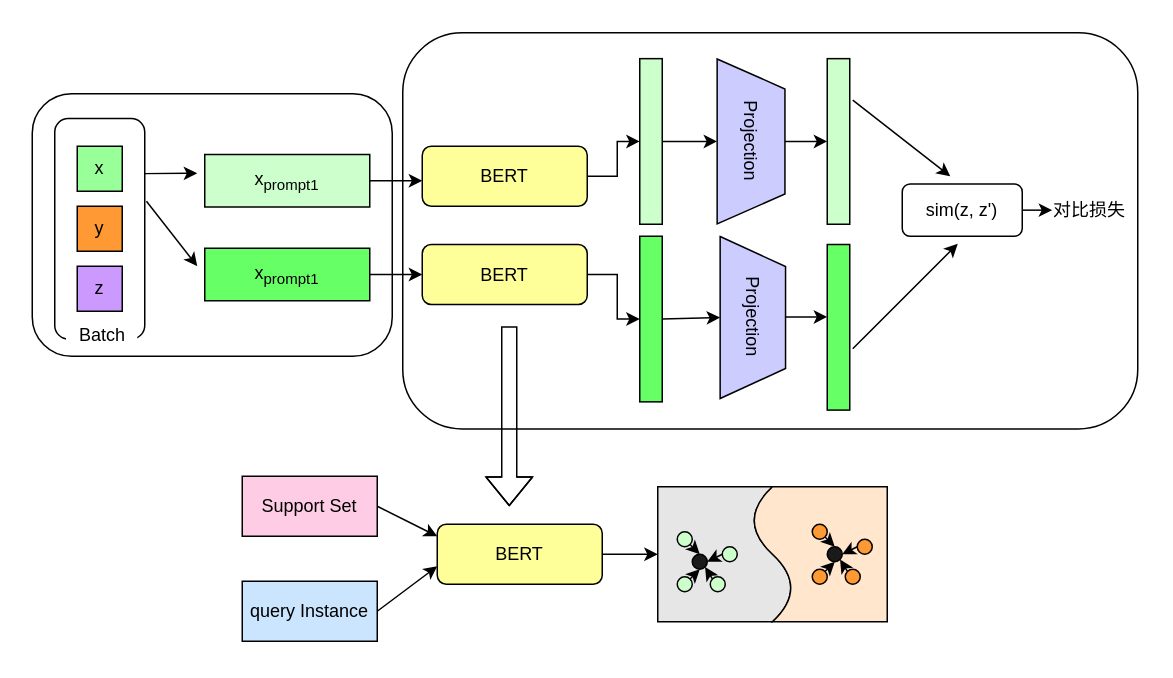
This is FSRECP.drawio from janicewym/FSRECP, a draw.io file, before an edit. Source tidied: cells renumbered, new cells numbered last; positions are measured from the earlier drawing's top-left corner, leaving out a move shared by most shapes. Both pictures are drawn from the tidied source at 150%, with x=0, y=0 at pixel (32, 32).
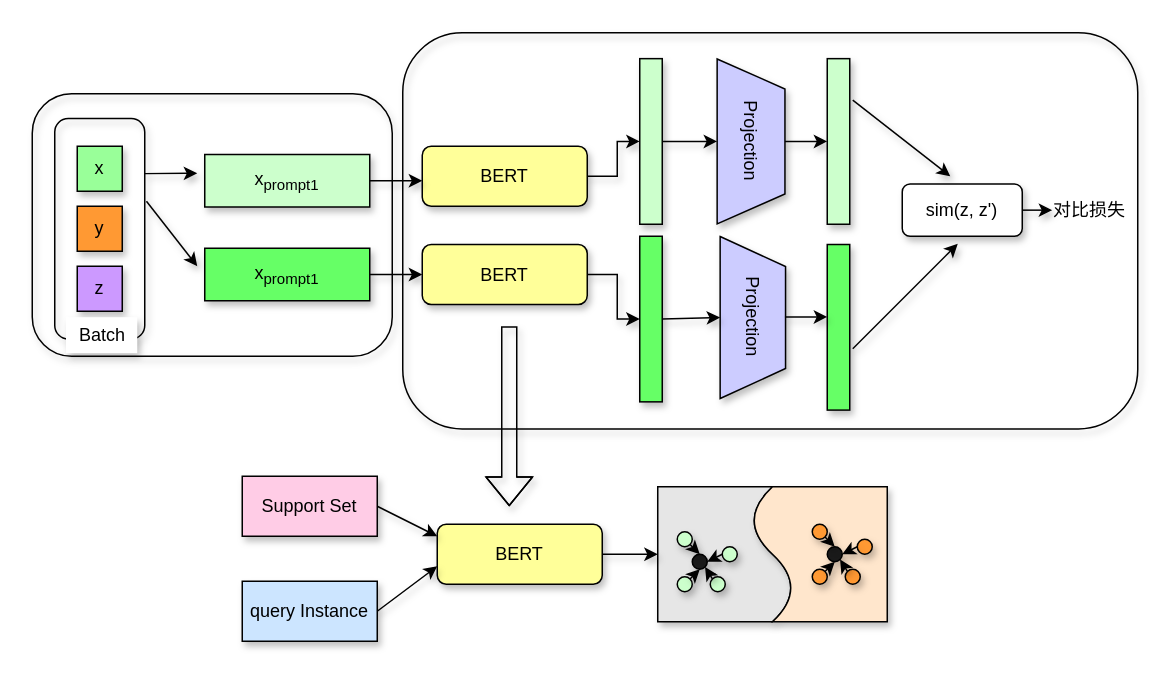
The same diagram, later.

The edit, as a diff of the source:
```diff
@@
-    <mxCell id="2" style="rounded=1;whiteSpace=wrap;html=1;fillColor=none;" parent="1" vertex="1">
+    <mxCell id="2" style="rounded=1;whiteSpace=wrap;html=1;fillColor=none;shadow=1;" parent="1" vertex="1">
       <mxGeometry x="247" y="0.4" width="490" height="264.1" as="geometry" />
     </mxCell>
-    <mxCell id="3" style="rounded=1;whiteSpace=wrap;html=1;fillColor=none;" parent="1" vertex="1">
+    <mxCell id="3" style="rounded=1;whiteSpace=wrap;html=1;fillColor=none;shadow=1;" parent="1" vertex="1">
       <mxGeometry x="15" y="57.5" width="60" height="147" as="geometry" />
     </mxCell>
-    <mxCell id="4" style="rounded=1;whiteSpace=wrap;html=1;fillColor=none;" parent="1" vertex="1">
+    <mxCell id="4" style="rounded=1;whiteSpace=wrap;html=1;fillColor=none;shadow=1;" parent="1" vertex="1">
       <mxGeometry y="41" width="240" height="175" as="geometry" />
     </mxCell>
-    <mxCell id="5" value="x" style="rounded=0;whiteSpace=wrap;html=1;fillColor=#99FF99;" parent="1" vertex="1">
+    <mxCell id="5" value="x" style="rounded=0;whiteSpace=wrap;html=1;fillColor=#99FF99;shadow=1;" parent="1" vertex="1">
       <mxGeometry x="30" y="76" width="30" height="30" as="geometry" />
     </mxCell>
-    <mxCell id="6" value="y" style="rounded=0;whiteSpace=wrap;html=1;fillColor=#FF9933;" parent="1" vertex="1">
+    <mxCell id="6" value="y" style="rounded=0;whiteSpace=wrap;html=1;fillColor=#FF9933;shadow=1;" parent="1" vertex="1">
       <mxGeometry x="30" y="116" width="30" height="30" as="geometry" />
     </mxCell>
-    <mxCell id="7" value="z" style="rounded=0;whiteSpace=wrap;html=1;fillColor=#CC99FF;" parent="1" vertex="1">
+    <mxCell id="7" value="z" style="rounded=0;whiteSpace=wrap;html=1;fillColor=#CC99FF;shadow=1;" parent="1" vertex="1">
       <mxGeometry x="30" y="156" width="30" height="30" as="geometry" />
     </mxCell>
-    <mxCell id="8" value="x&lt;sub&gt;prompt1&lt;/sub&gt;" style="rounded=0;whiteSpace=wrap;html=1;fillColor=#CCFFCC;" parent="1" vertex="1">
+    <mxCell id="8" value="x&lt;sub&gt;prompt1&lt;/sub&gt;" style="rounded=0;whiteSpace=wrap;html=1;fillColor=#CCFFCC;shadow=1;" parent="1" vertex="1">
       <mxGeometry x="115" y="81.5" width="110" height="35" as="geometry" />
     </mxCell>
-    <mxCell id="9" style="edgeStyle=orthogonalEdgeStyle;rounded=0;jettySize=auto;html=1;exitX=1;exitY=0.5;exitDx=0;exitDy=0;entryX=0;entryY=0.5;entryDx=0;entryDy=0;" parent="1" edge="1" source="10" target="14">
+    <mxCell id="9" style="edgeStyle=orthogonalEdgeStyle;rounded=0;jettySize=auto;html=1;exitX=1;exitY=0.5;exitDx=0;exitDy=0;entryX=0;entryY=0.5;entryDx=0;entryDy=0;shadow=1;" parent="1" edge="1" source="10" target="14">
       <mxGeometry relative="1" as="geometry" />
     </mxCell>
-    <mxCell id="10" value="x&lt;sub&gt;prompt1&lt;/sub&gt;" style="rounded=0;whiteSpace=wrap;html=1;fillColor=#66FF66;" parent="1" vertex="1">
+    <mxCell id="10" value="x&lt;sub&gt;prompt1&lt;/sub&gt;" style="rounded=0;whiteSpace=wrap;html=1;fillColor=#66FF66;shadow=1;" parent="1" vertex="1">
       <mxGeometry x="115" y="144" width="110" height="35" as="geometry" />
     </mxCell>
-    <mxCell id="11" style="edgeStyle=orthogonalEdgeStyle;rounded=0;jettySize=auto;html=1;exitX=1;exitY=0.5;exitDx=0;exitDy=0;" parent="1" edge="1" source="12" target="16">
+    <mxCell id="11" style="edgeStyle=orthogonalEdgeStyle;rounded=0;jettySize=auto;html=1;exitX=1;exitY=0.5;exitDx=0;exitDy=0;shadow=1;" parent="1" edge="1" source="12" target="16">
       <mxGeometry relative="1" as="geometry" />
     </mxCell>
-    <mxCell id="12" value="BERT" style="rounded=1;whiteSpace=wrap;html=1;fillColor=#FFFF99;" parent="1" vertex="1">
+    <mxCell id="12" value="BERT" style="rounded=1;whiteSpace=wrap;html=1;fillColor=#FFFF99;shadow=1;" parent="1" vertex="1">
       <mxGeometry x="260" y="76" width="110" height="40" as="geometry" />
     </mxCell>
-    <mxCell id="13" style="edgeStyle=orthogonalEdgeStyle;rounded=0;jettySize=auto;html=1;exitX=1;exitY=0.5;exitDx=0;exitDy=0;" parent="1" edge="1" source="14" target="17">
+    <mxCell id="13" style="edgeStyle=orthogonalEdgeStyle;rounded=0;jettySize=auto;html=1;exitX=1;exitY=0.5;exitDx=0;exitDy=0;shadow=1;" parent="1" edge="1" source="14" target="17">
       <mxGeometry relative="1" as="geometry" />
     </mxCell>
-    <mxCell id="14" value="BERT" style="rounded=1;whiteSpace=wrap;html=1;fillColor=#FFFF99;" parent="1" vertex="1">
+    <mxCell id="14" value="BERT" style="rounded=1;whiteSpace=wrap;html=1;fillColor=#FFFF99;shadow=1;" parent="1" vertex="1">
       <mxGeometry x="260" y="141.5" width="110" height="40" as="geometry" />
     </mxCell>
-    <mxCell id="15" style="edgeStyle=orthogonalEdgeStyle;rounded=0;jettySize=auto;html=1;exitX=1;exitY=0.5;exitDx=0;exitDy=0;" parent="1" edge="1" source="16" target="19">
+    <mxCell id="15" style="edgeStyle=orthogonalEdgeStyle;rounded=0;jettySize=auto;html=1;exitX=1;exitY=0.5;exitDx=0;exitDy=0;shadow=1;" parent="1" edge="1" source="16" target="19">
       <mxGeometry relative="1" as="geometry" />
     </mxCell>
-    <mxCell id="16" style="rounded=0;whiteSpace=wrap;html=1;fillColor=#CCFFCC;" parent="1" vertex="1">
+    <mxCell id="16" style="rounded=0;whiteSpace=wrap;html=1;fillColor=#CCFFCC;shadow=1;" parent="1" vertex="1">
       <mxGeometry x="405" y="17.6" width="15" height="110.4" as="geometry" />
     </mxCell>
-    <mxCell id="17" style="rounded=0;whiteSpace=wrap;html=1;fillColor=#66FF66;" parent="1" vertex="1">
+    <mxCell id="17" style="rounded=0;whiteSpace=wrap;html=1;fillColor=#66FF66;shadow=1;" parent="1" vertex="1">
       <mxGeometry x="405" y="136" width="15" height="110.4" as="geometry" />
     </mxCell>
-    <mxCell id="18" style="edgeStyle=orthogonalEdgeStyle;rounded=0;jettySize=auto;html=1;exitX=0.5;exitY=0;exitDx=0;exitDy=0;entryX=0;entryY=0.5;entryDx=0;entryDy=0;" parent="1" edge="1" source="19" target="26">
+    <mxCell id="18" style="edgeStyle=orthogonalEdgeStyle;rounded=0;jettySize=auto;html=1;exitX=0.5;exitY=0;exitDx=0;exitDy=0;entryX=0;entryY=0.5;entryDx=0;entryDy=0;shadow=1;" parent="1" edge="1" source="19" target="26">
       <mxGeometry relative="1" as="geometry" />
     </mxCell>
-    <mxCell id="19" value="Projection" style="shape=trapezoid;perimeter=trapezoidPerimeter;whiteSpace=wrap;html=1;fixedSize=1;rotation=90;fillColor=#CCCCFF;" parent="1" vertex="1">
+    <mxCell id="19" value="Projection" style="shape=trapezoid;perimeter=trapezoidPerimeter;whiteSpace=wrap;html=1;fixedSize=1;rotation=90;fillColor=#CCCCFF;shadow=1;" parent="1" vertex="1">
       <mxGeometry x="424.2" y="50.2" width="110" height="45.2" as="geometry" />
     </mxCell>
-    <mxCell id="20" value="Projection" style="shape=trapezoid;perimeter=trapezoidPerimeter;whiteSpace=wrap;html=1;fixedSize=1;rotation=90;fillColor=#CCCCFF;" parent="1" vertex="1">
+    <mxCell id="20" value="Projection" style="shape=trapezoid;perimeter=trapezoidPerimeter;whiteSpace=wrap;html=1;fixedSize=1;rotation=90;fillColor=#CCCCFF;shadow=1;" parent="1" vertex="1">
       <mxGeometry x="426.4" y="168.4" width="108" height="43.6" as="geometry" />
     </mxCell>
-    <mxCell id="21" style="edgeStyle=orthogonalEdgeStyle;rounded=0;jettySize=auto;html=1;exitX=1;exitY=0.5;exitDx=0;exitDy=0;entryX=0;entryY=0.5;entryDx=0;entryDy=0;" parent="1" edge="1" source="22" target="59">
+    <mxCell id="21" style="edgeStyle=orthogonalEdgeStyle;rounded=0;jettySize=auto;html=1;exitX=1;exitY=0.5;exitDx=0;exitDy=0;entryX=0;entryY=0.5;entryDx=0;entryDy=0;shadow=1;" parent="1" edge="1" source="22" target="59">
       <mxGeometry relative="1" as="geometry" />
     </mxCell>
-    <mxCell id="22" value="sim(z, z')" style="rounded=1;whiteSpace=wrap;html=1;" parent="1" vertex="1">
+    <mxCell id="22" value="sim(z, z')" style="rounded=1;whiteSpace=wrap;html=1;shadow=1;" parent="1" vertex="1">
       <mxGeometry x="580" y="101.2" width="80" height="34.8" as="geometry" />
     </mxCell>
-    <mxCell id="23" style="endArrow=classic;html=1;rounded=0;exitX=1;exitY=0.25;exitDx=0;exitDy=0;" parent="1" edge="1" source="3">
+    <mxCell id="23" style="endArrow=classic;html=1;rounded=0;exitX=1;exitY=0.25;exitDx=0;exitDy=0;shadow=1;" parent="1" edge="1" source="3">
       <mxGeometry relative="1" as="geometry">
         <mxPoint x="110" y="94" as="targetPoint" />
       </mxGeometry>
     </mxCell>
-    <mxCell id="24" style="endArrow=classic;html=1;rounded=0;exitX=1.019;exitY=0.375;exitDx=0;exitDy=0;exitPerimeter=0;" parent="1" edge="1" source="3">
+    <mxCell id="24" style="endArrow=classic;html=1;rounded=0;exitX=1.019;exitY=0.375;exitDx=0;exitDy=0;exitPerimeter=0;shadow=1;" parent="1" edge="1" source="3">
       <mxGeometry relative="1" as="geometry">
         <mxPoint x="110" y="156" as="targetPoint" />
       </mxGeometry>
     </mxCell>
-    <mxCell id="25" style="endArrow=classic;html=1;rounded=0;exitX=1;exitY=0.5;exitDx=0;exitDy=0;" parent="1" edge="1" source="8">
+    <mxCell id="25" style="endArrow=classic;html=1;rounded=0;exitX=1;exitY=0.5;exitDx=0;exitDy=0;shadow=1;" parent="1" edge="1" source="8">
       <mxGeometry relative="1" as="geometry">
         <mxPoint x="260" y="99" as="targetPoint" />
       </mxGeometry>
     </mxCell>
-    <mxCell id="26" style="rounded=0;whiteSpace=wrap;html=1;fillColor=#CCFFCC;" parent="1" vertex="1">
+    <mxCell id="26" style="rounded=0;whiteSpace=wrap;html=1;fillColor=#CCFFCC;shadow=1;" parent="1" vertex="1">
       <mxGeometry x="530" y="17.6" width="15" height="110.4" as="geometry" />
     </mxCell>
-    <mxCell id="27" style="rounded=0;whiteSpace=wrap;html=1;fillColor=#66FF66;" parent="1" vertex="1">
+    <mxCell id="27" style="rounded=0;whiteSpace=wrap;html=1;fillColor=#66FF66;shadow=1;" parent="1" vertex="1">
       <mxGeometry x="530" y="141.5" width="15" height="110.4" as="geometry" />
     </mxCell>
-    <mxCell id="28" style="edgeStyle=orthogonalEdgeStyle;rounded=0;orthogonalLoop=1;jettySize=auto;html=1;exitX=0.5;exitY=0;exitDx=0;exitDy=0;entryX=0;entryY=0.5;entryDx=0;entryDy=0;" parent="1" edge="1">
+    <mxCell id="28" style="edgeStyle=orthogonalEdgeStyle;rounded=0;orthogonalLoop=1;jettySize=auto;html=1;exitX=0.5;exitY=0;exitDx=0;exitDy=0;entryX=0;entryY=0.5;entryDx=0;entryDy=0;shadow=1;" parent="1" edge="1">
       <mxGeometry relative="1" as="geometry">
         <mxPoint x="501.8" y="189.8" as="sourcePoint" />
         <mxPoint x="530" y="189.8" as="targetPoint" />
       </mxGeometry>
     </mxCell>
-    <mxCell id="29" style="endArrow=classic;html=1;rounded=0;exitX=1;exitY=0.5;exitDx=0;exitDy=0;entryX=0.5;entryY=1;entryDx=0;entryDy=0;" parent="1" edge="1" source="17" target="20">
+    <mxCell id="29" style="endArrow=classic;html=1;rounded=0;exitX=1;exitY=0.5;exitDx=0;exitDy=0;entryX=0.5;entryY=1;entryDx=0;entryDy=0;shadow=1;" parent="1" edge="1" source="17" target="20">
       <mxGeometry relative="1" as="geometry" />
     </mxCell>
-    <mxCell id="30" style="endArrow=classic;html=1;rounded=0;exitX=1;exitY=0.25;exitDx=0;exitDy=0;" parent="1" edge="1">
+    <mxCell id="30" style="endArrow=classic;html=1;rounded=0;exitX=1;exitY=0.25;exitDx=0;exitDy=0;shadow=1;" parent="1" edge="1">
       <mxGeometry relative="1" as="geometry">
         <mxPoint x="547" y="45.2" as="sourcePoint" />
         <mxPoint x="612" y="96" as="targetPoint" />
       </mxGeometry>
     </mxCell>
-    <mxCell id="31" style="endArrow=classic;html=1;rounded=0;" parent="1" edge="1">
+    <mxCell id="31" style="endArrow=classic;html=1;rounded=0;shadow=1;" parent="1" edge="1">
       <mxGeometry relative="1" as="geometry">
         <mxPoint x="547" y="211" as="sourcePoint" />
         <mxPoint x="617" y="141" as="targetPoint" />
       </mxGeometry>
     </mxCell>
-    <mxCell id="32" style="group;" parent="1" vertex="1">
+    <mxCell id="32" style="group;shadow=1;" parent="1" vertex="1">
       <mxGeometry x="140" y="296" width="430" height="110" as="geometry" />
     </mxCell>
-    <mxCell id="33" value="Support Set" style="rounded=0;whiteSpace=wrap;html=1;fillColor=#FFCCE6;" parent="32" vertex="1">
+    <mxCell id="33" value="Support Set" style="rounded=0;whiteSpace=wrap;html=1;fillColor=#FFCCE6;shadow=1;" parent="32" vertex="1">
       <mxGeometry width="90" height="40" as="geometry" />
     </mxCell>
-    <mxCell id="34" value="query Instance" style="rounded=0;whiteSpace=wrap;html=1;fillColor=#CCE5FF;" parent="32" vertex="1">
+    <mxCell id="34" value="query Instance" style="rounded=0;whiteSpace=wrap;html=1;fillColor=#CCE5FF;shadow=1;" parent="32" vertex="1">
       <mxGeometry y="70" width="90" height="40" as="geometry" />
     </mxCell>
-    <mxCell id="35" style="shape=document;whiteSpace=wrap;html=1;boundedLbl=1;rotation=-90;fillColor=#E6E6E6;" parent="32" vertex="1">
+    <mxCell id="35" style="shape=document;whiteSpace=wrap;html=1;boundedLbl=1;rotation=-90;fillColor=#E6E6E6;shadow=1;" parent="32" vertex="1">
       <mxGeometry x="277" y="7" width="90" height="90" as="geometry" />
     </mxCell>
-    <mxCell id="36" style="shape=document;whiteSpace=wrap;html=1;boundedLbl=1;rotation=90;fillColor=#FFE6CC;" parent="32" vertex="1">
+    <mxCell id="36" style="shape=document;whiteSpace=wrap;html=1;boundedLbl=1;rotation=90;fillColor=#FFE6CC;shadow=1;" parent="32" vertex="1">
       <mxGeometry x="340" y="7" width="90" height="90" as="geometry" />
     </mxCell>
-    <mxCell id="37" style="ellipse;whiteSpace=wrap;html=1;fillColor=#1A1A1A;" parent="32" vertex="1">
+    <mxCell id="37" style="ellipse;whiteSpace=wrap;html=1;fillColor=#1A1A1A;shadow=1;" parent="32" vertex="1">
       <mxGeometry x="300" y="52" width="10" height="10" as="geometry" />
     </mxCell>
-    <mxCell id="38" style="ellipse;whiteSpace=wrap;html=1;fillColor=#CCFFCC;" parent="32" vertex="1">
+    <mxCell id="38" style="ellipse;whiteSpace=wrap;html=1;fillColor=#CCFFCC;shadow=1;" parent="32" vertex="1">
       <mxGeometry x="290" y="67" width="10" height="10" as="geometry" />
     </mxCell>
-    <mxCell id="39" style="ellipse;whiteSpace=wrap;html=1;fillColor=#CCFFCC;" parent="32" vertex="1">
+    <mxCell id="39" style="ellipse;whiteSpace=wrap;html=1;fillColor=#CCFFCC;shadow=1;" parent="32" vertex="1">
       <mxGeometry x="312" y="67" width="10" height="10" as="geometry" />
     </mxCell>
-    <mxCell id="40" style="ellipse;whiteSpace=wrap;html=1;fillColor=#CCFFCC;" parent="32" vertex="1">
+    <mxCell id="40" style="ellipse;whiteSpace=wrap;html=1;fillColor=#CCFFCC;shadow=1;" parent="32" vertex="1">
       <mxGeometry x="290" y="37" width="10" height="10" as="geometry" />
     </mxCell>
-    <mxCell id="41" style="ellipse;whiteSpace=wrap;html=1;fillColor=#CCFFCC;" parent="32" vertex="1">
+    <mxCell id="41" style="ellipse;whiteSpace=wrap;html=1;fillColor=#CCFFCC;shadow=1;" parent="32" vertex="1">
       <mxGeometry x="320" y="47" width="10" height="10" as="geometry" />
     </mxCell>
-    <mxCell id="42" style="endArrow=classic;html=1;rounded=0;exitX=1;exitY=1;exitDx=0;exitDy=0;entryX=0.5;entryY=0;entryDx=0;entryDy=0;" parent="32" edge="1" source="40" target="37">
+    <mxCell id="42" style="endArrow=classic;html=1;rounded=0;exitX=1;exitY=1;exitDx=0;exitDy=0;entryX=0.5;entryY=0;entryDx=0;entryDy=0;shadow=1;" parent="32" edge="1" source="40" target="37">
       <mxGeometry relative="1" as="geometry" />
     </mxCell>
-    <mxCell id="43" style="endArrow=classic;html=1;rounded=0;exitX=1;exitY=0;exitDx=0;exitDy=0;entryX=0.5;entryY=1;entryDx=0;entryDy=0;" parent="32" edge="1" source="38" target="37">
+    <mxCell id="43" style="endArrow=classic;html=1;rounded=0;exitX=1;exitY=0;exitDx=0;exitDy=0;entryX=0.5;entryY=1;entryDx=0;entryDy=0;shadow=1;" parent="32" edge="1" source="38" target="37">
       <mxGeometry relative="1" as="geometry" />
     </mxCell>
-    <mxCell id="44" style="endArrow=classic;html=1;rounded=0;exitX=0;exitY=0;exitDx=0;exitDy=0;entryX=1;entryY=1;entryDx=0;entryDy=0;" parent="32" edge="1" source="39" target="37">
+    <mxCell id="44" style="endArrow=classic;html=1;rounded=0;exitX=0;exitY=0;exitDx=0;exitDy=0;entryX=1;entryY=1;entryDx=0;entryDy=0;shadow=1;" parent="32" edge="1" source="39" target="37">
       <mxGeometry relative="1" as="geometry" />
     </mxCell>
-    <mxCell id="45" style="endArrow=classic;html=1;rounded=0;exitX=0;exitY=0.5;exitDx=0;exitDy=0;entryX=1;entryY=0.5;entryDx=0;entryDy=0;" parent="32" edge="1" source="41" target="37">
+    <mxCell id="45" style="endArrow=classic;html=1;rounded=0;exitX=0;exitY=0.5;exitDx=0;exitDy=0;entryX=1;entryY=0.5;entryDx=0;entryDy=0;shadow=1;" parent="32" edge="1" source="41" target="37">
       <mxGeometry relative="1" as="geometry" />
     </mxCell>
-    <mxCell id="46" style="ellipse;whiteSpace=wrap;html=1;fillColor=#1A1A1A;" parent="32" vertex="1">
+    <mxCell id="46" style="ellipse;whiteSpace=wrap;html=1;fillColor=#1A1A1A;shadow=1;" parent="32" vertex="1">
       <mxGeometry x="390" y="47" width="10" height="10" as="geometry" />
     </mxCell>
-    <mxCell id="47" style="ellipse;whiteSpace=wrap;html=1;fillColor=#FF9933;" parent="32" vertex="1">
+    <mxCell id="47" style="ellipse;whiteSpace=wrap;html=1;fillColor=#FF9933;shadow=1;" parent="32" vertex="1">
       <mxGeometry x="380" y="62" width="10" height="10" as="geometry" />
     </mxCell>
-    <mxCell id="48" style="ellipse;whiteSpace=wrap;html=1;fillColor=#FF9933;" parent="32" vertex="1">
+    <mxCell id="48" style="ellipse;whiteSpace=wrap;html=1;fillColor=#FF9933;shadow=1;" parent="32" vertex="1">
       <mxGeometry x="402" y="62" width="10" height="10" as="geometry" />
     </mxCell>
-    <mxCell id="49" style="ellipse;whiteSpace=wrap;html=1;fillColor=#FF9933;" parent="32" vertex="1">
+    <mxCell id="49" style="ellipse;whiteSpace=wrap;html=1;fillColor=#FF9933;shadow=1;" parent="32" vertex="1">
       <mxGeometry x="380" y="32" width="10" height="10" as="geometry" />
     </mxCell>
-    <mxCell id="50" style="ellipse;whiteSpace=wrap;html=1;fillColor=#FF9933;" parent="32" vertex="1">
+    <mxCell id="50" style="ellipse;whiteSpace=wrap;html=1;fillColor=#FF9933;shadow=1;" parent="32" vertex="1">
       <mxGeometry x="410" y="42" width="10" height="10" as="geometry" />
     </mxCell>
-    <mxCell id="51" style="endArrow=classic;html=1;rounded=0;exitX=1;exitY=1;exitDx=0;exitDy=0;entryX=0.5;entryY=0;entryDx=0;entryDy=0;" parent="32" edge="1" source="49" target="46">
+    <mxCell id="51" style="endArrow=classic;html=1;rounded=0;exitX=1;exitY=1;exitDx=0;exitDy=0;entryX=0.5;entryY=0;entryDx=0;entryDy=0;shadow=1;" parent="32" edge="1" source="49" target="46">
       <mxGeometry relative="1" as="geometry" />
     </mxCell>
-    <mxCell id="52" style="endArrow=classic;html=1;rounded=0;exitX=1;exitY=0;exitDx=0;exitDy=0;entryX=0.5;entryY=1;entryDx=0;entryDy=0;" parent="32" edge="1" source="47" target="46">
+    <mxCell id="52" style="endArrow=classic;html=1;rounded=0;exitX=1;exitY=0;exitDx=0;exitDy=0;entryX=0.5;entryY=1;entryDx=0;entryDy=0;shadow=1;" parent="32" edge="1" source="47" target="46">
       <mxGeometry relative="1" as="geometry" />
     </mxCell>
-    <mxCell id="53" style="endArrow=classic;html=1;rounded=0;exitX=0;exitY=0;exitDx=0;exitDy=0;entryX=1;entryY=1;entryDx=0;entryDy=0;" parent="32" edge="1" source="48" target="46">
+    <mxCell id="53" style="endArrow=classic;html=1;rounded=0;exitX=0;exitY=0;exitDx=0;exitDy=0;entryX=1;entryY=1;entryDx=0;entryDy=0;shadow=1;" parent="32" edge="1" source="48" target="46">
       <mxGeometry relative="1" as="geometry" />
     </mxCell>
-    <mxCell id="54" style="endArrow=classic;html=1;rounded=0;exitX=0;exitY=0.5;exitDx=0;exitDy=0;entryX=1;entryY=0.5;entryDx=0;entryDy=0;" parent="32" edge="1" source="50" target="46">
+    <mxCell id="54" style="endArrow=classic;html=1;rounded=0;exitX=0;exitY=0.5;exitDx=0;exitDy=0;entryX=1;entryY=0.5;entryDx=0;entryDy=0;shadow=1;" parent="32" edge="1" source="50" target="46">
       <mxGeometry relative="1" as="geometry" />
     </mxCell>
-    <mxCell id="55" value="BERT" style="rounded=1;whiteSpace=wrap;html=1;fillColor=#FFFF99;" parent="32" vertex="1">
+    <mxCell id="55" value="BERT" style="rounded=1;whiteSpace=wrap;html=1;fillColor=#FFFF99;shadow=1;" parent="32" vertex="1">
       <mxGeometry x="130" y="32" width="110" height="40" as="geometry" />
     </mxCell>
-    <mxCell id="56" style="endArrow=classic;html=1;rounded=0;" parent="32" edge="1">
+    <mxCell id="56" style="endArrow=classic;html=1;rounded=0;shadow=1;" parent="32" edge="1">
       <mxGeometry relative="1" as="geometry">
         <mxPoint x="90" y="20" as="sourcePoint" />
         <mxPoint x="130" y="40" as="targetPoint" />
       </mxGeometry>
     </mxCell>
-    <mxCell id="57" style="endArrow=classic;html=1;rounded=0;exitX=1;exitY=0.5;exitDx=0;exitDy=0;" parent="32" edge="1" source="34">
+    <mxCell id="57" style="endArrow=classic;html=1;rounded=0;exitX=1;exitY=0.5;exitDx=0;exitDy=0;shadow=1;" parent="32" edge="1" source="34">
       <mxGeometry relative="1" as="geometry">
         <mxPoint x="130" y="60" as="targetPoint" />
       </mxGeometry>
     </mxCell>
-    <mxCell id="58" style="endArrow=classic;html=1;rounded=0;exitX=1;exitY=0.5;exitDx=0;exitDy=0;entryX=0.5;entryY=0;entryDx=0;entryDy=0;" parent="32" edge="1" source="55" target="35">
+    <mxCell id="58" style="endArrow=classic;html=1;rounded=0;exitX=1;exitY=0.5;exitDx=0;exitDy=0;entryX=0.5;entryY=0;entryDx=0;entryDy=0;shadow=1;" parent="32" edge="1" source="55" target="35">
       <mxGeometry relative="1" as="geometry" />
     </mxCell>
-    <mxCell id="59" value="对比损失" style="text;html=1;strokeColor=none;fillColor=none;align=center;verticalAlign=middle;whiteSpace=wrap;rounded=0;" parent="1" vertex="1">
+    <mxCell id="59" value="对比损失" style="text;html=1;strokeColor=none;fillColor=none;align=center;verticalAlign=middle;whiteSpace=wrap;rounded=0;shadow=1;" parent="1" vertex="1">
       <mxGeometry x="680" y="107.6" width="50" height="22" as="geometry" />
     </mxCell>
-    <mxCell id="60" value="Batch" style="text;html=1;strokeColor=none;fillColor=default;align=center;verticalAlign=middle;whiteSpace=wrap;rounded=0;" parent="1" vertex="1">
+    <mxCell id="60" value="Batch" style="text;html=1;strokeColor=none;fillColor=default;align=center;verticalAlign=middle;whiteSpace=wrap;rounded=0;shadow=1;" parent="1" vertex="1">
       <mxGeometry x="22.5" y="190" width="47.5" height="24" as="geometry" />
     </mxCell>
-    <mxCell id="61" style="shape=flexArrow;endArrow=classic;html=1;rounded=0;" parent="1" edge="1">
+    <mxCell id="61" style="shape=flexArrow;endArrow=classic;html=1;rounded=0;shadow=1;" parent="1" edge="1">
       <mxGeometry relative="1" as="geometry">
         <mxPoint x="318" y="196" as="sourcePoint" />
         <mxPoint x="318" y="316" as="targetPoint" />
         <Array as="points">
           <mxPoint x="318" y="266" />
         </Array>
       </mxGeometry>
     </mxCell>
```
